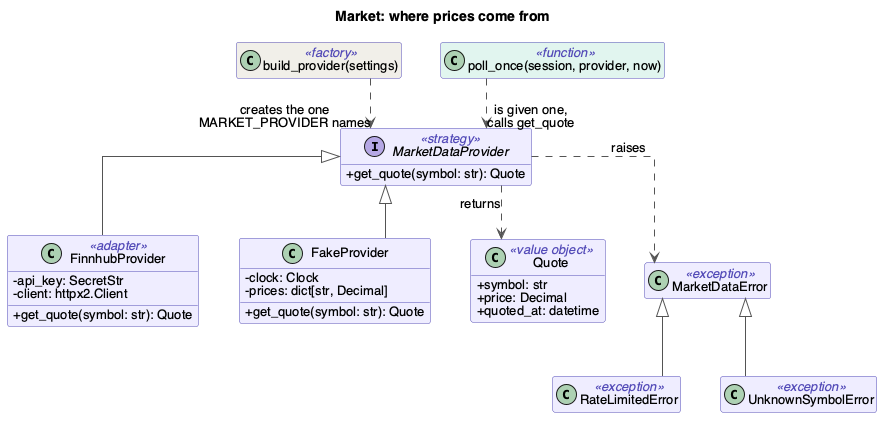
Earlier version of the PlantUML export docs/Design/SoftArchitecture/figures/market-providers.png (davislenover/BurnNEarn).
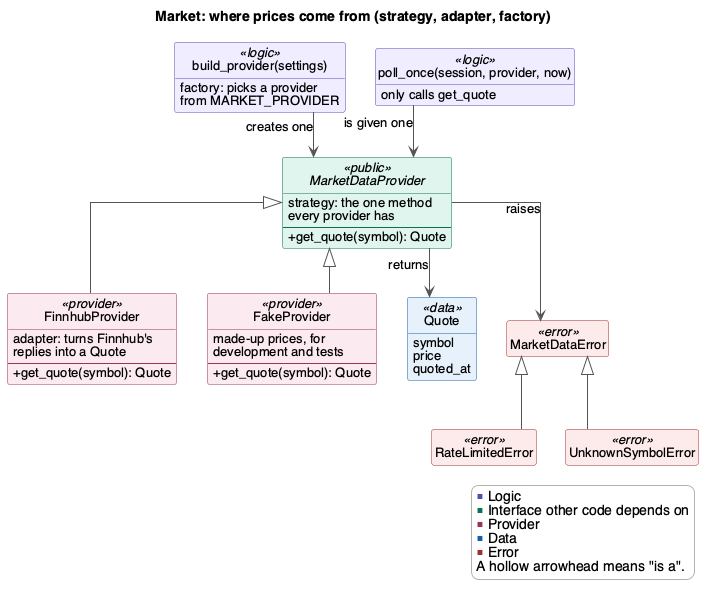
Later version of the same file.

The edit, as a diff of the source:
```diff
@@ -1,37 +1,59 @@
 @startuml market-providers
 !include style.iuml
-title Market: where prices come from
+title Market: where prices come from (strategy, adapter, factory)
 
-interface MarketDataProvider <<strategy>> {
-  +get_quote(symbol: str): Quote
+class "build_provider(settings)" as factory <<logic>> {
+  factory: picks a provider
+  from MARKET_PROVIDER
 }
-class FinnhubProvider <<adapter>> {
-  -api_key: SecretStr
-  -client: httpx2.Client
-  +get_quote(symbol: str): Quote
+class "poll_once(session, provider, now)" as poll <<logic>> {
+  only calls get_quote
 }
-class FakeProvider {
-  -clock: Clock
-  -prices: dict[str, Decimal]
-  +get_quote(symbol: str): Quote
+
+interface MarketDataProvider <<public>> {
+  strategy: the one method
+  every provider has
+  --
+  +get_quote(symbol): Quote
 }
-class Quote <<value object>> {
-  +symbol: str
-  +price: Decimal
-  +quoted_at: datetime
+
+class FinnhubProvider <<provider>> {
+  adapter: turns Finnhub's
+  replies into a Quote
+  --
+  +get_quote(symbol): Quote
 }
-class MarketDataError <<exception>>
-class RateLimitedError <<exception>>
-class UnknownSymbolError <<exception>>
-class "build_provider(settings)" as factory <<factory>> #F1EFE8
-class "poll_once(session, provider, now)" as poll <<function>> #E1F5EE
+class FakeProvider <<provider>> {
+  made-up prices, for
+  development and tests
+  --
+  +get_quote(symbol): Quote
+}
 
+class Quote <<data>> {
+  symbol
+  price
+  quoted_at
+}
+class MarketDataError <<error>>
+class RateLimitedError <<error>>
+class UnknownSymbolError <<error>>
+
+factory --> MarketDataProvider : creates one
+poll --> MarketDataProvider : is given one
 MarketDataProvider <|-- FinnhubProvider
 MarketDataProvider <|-- FakeProvider
-MarketDataProvider ..> Quote : returns
-MarketDataProvider ..> MarketDataError : raises
+MarketDataProvider --> Quote : returns
+MarketDataProvider --> MarketDataError : raises
 MarketDataError <|-- RateLimitedError
 MarketDataError <|-- UnknownSymbolError
-factory ..> MarketDataProvider : creates the one\nMARKET_PROVIDER names
-poll ..> MarketDataProvider : is given one,\ncalls get_quote
+
+legend right
+  <color:#534AB7>■</color> Logic
+  <color:#0F6E56>■</color> Interface other code depends on
+  <color:#993556>■</color> Provider
+  <color:#185FA5>■</color> Data
+  <color:#A32D2D>■</color> Error
+  A hollow arrowhead means "is a".
+endlegend
 @enduml
```
